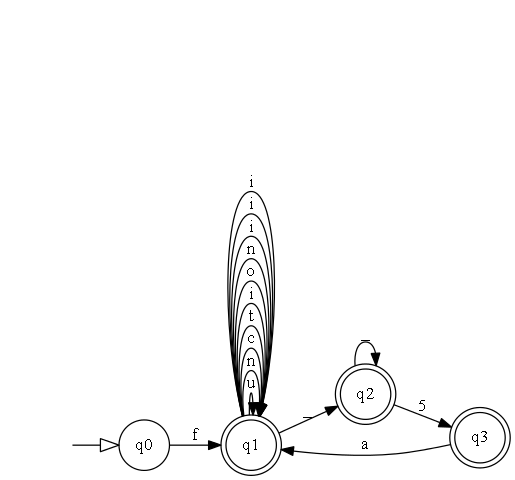
Above: x.gv.png in cgomez29/OLC1_Proyecto1_-201801480 (Graphviz), before the change. Its source is kept beside it as x.gv.
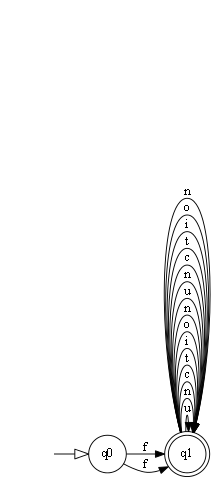
Above is the later version.

What changed in the source:
```diff
@@ -11,13 +11,15 @@
 	q1
 	q1
 	q1
-	q2
-	q2
-	q3
 	q1
 	q1
 	q1
 	q1
+	q1
+	q1
+	q1
+	q1
+	q0 -> q1 [label=f]
 	q0 -> q1 [label=f]
 	q1 -> q1 [label=u]
 	q1 -> q1 [label=n]
@@ -26,13 +28,13 @@
 	q1 -> q1 [label=i]
 	q1 -> q1 [label=o]
 	q1 -> q1 [label=n]
-	q1 -> q2 [label=_]
+	q1 -> q1 [label=u]
+	q1 -> q1 [label=n]
+	q1 -> q1 [label=c]
+	q1 -> q1 [label=t]
 	q1 -> q1 [label=i]
-	q1 -> q1 [label=i]
-	q1 -> q1 [label=i]
-	q2 -> q2 [label=_]
-	q2 -> q3 [label=5]
-	q3 -> q1 [label=a]
+	q1 -> q1 [label=o]
+	q1 -> q1 [label=n]
 	node [shape=none]
 	edge [arrowhead=empty arrowsize=1.5]
 	"" -> q0
```
